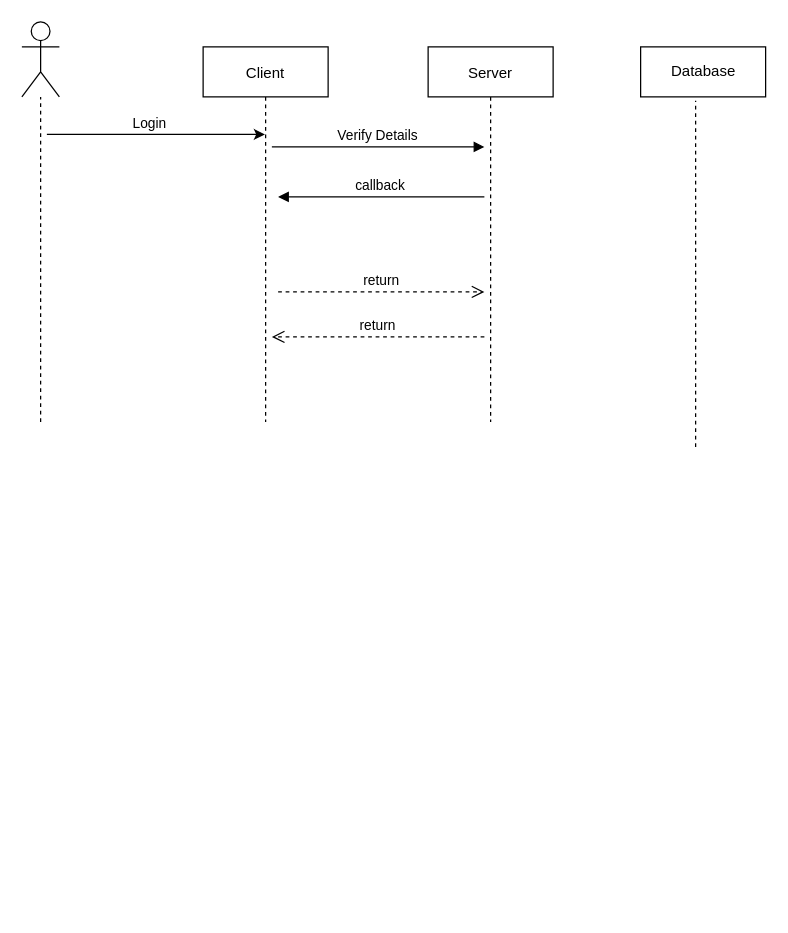
The draw.io diagram PSI_sequence_diagram.drawio in vortex200/tutor-finder-files, before the edit. Source tidied: cells renumbered, new cells numbered last; positions are measured from the earlier drawing's top-left corner, leaving out a move shared by most shapes. Both pictures are drawn from the tidied source at 125%, with x=0, y=0 at pixel (21, 21).
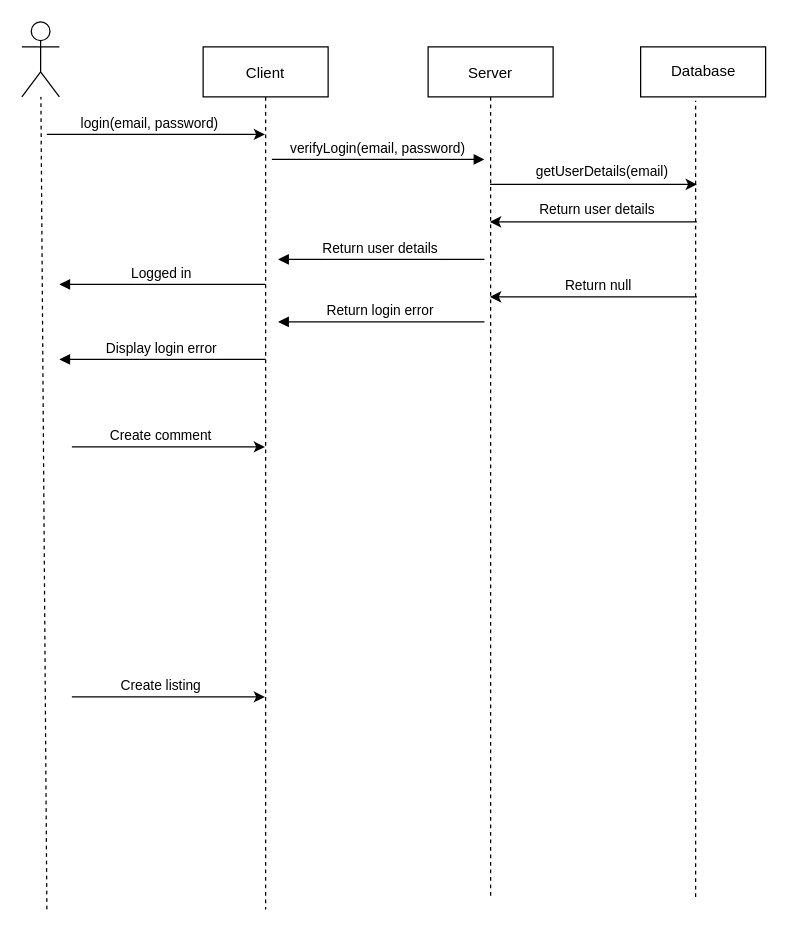
The same page after the edit.

Unchanged cells that the change refers to:
```xml
<mxCell id="8" value="Database" style="html=1;" parent="1" vertex="1">
  <mxGeometry x="495" y="20" width="100" height="40" as="geometry" />
</mxCell>
<mxCell id="9" style="shape=umlActor;verticalLabelPosition=bottom;verticalAlign=top;html=1;" parent="1" vertex="1">
  <mxGeometry width="30" height="60" as="geometry" />
</mxCell>
<mxCell id="12" style="endArrow=classic;html=1;" parent="1" edge="1" target="2">
  <mxGeometry relative="1" as="geometry">
    <mxPoint x="20" y="90" as="sourcePoint" />
  </mxGeometry>
</mxCell>
```

Diff of the diagram source:
```diff
@@
     <mxCell id="2" value="Client" style="shape=umlLifeline;perimeter=lifelinePerimeter;rounded=0;shadow=0;strokeWidth=1;" parent="1" vertex="1">
-      <mxGeometry x="145" y="20" width="100" height="300" as="geometry" />
+      <mxGeometry x="145" y="20" width="100" height="690" as="geometry" />
     </mxCell>
     <mxCell id="3" value="Server" style="shape=umlLifeline;perimeter=lifelinePerimeter;rounded=0;shadow=0;strokeWidth=1;" parent="1" vertex="1">
-      <mxGeometry x="325" y="20" width="100" height="300" as="geometry" />
+      <mxGeometry x="325" y="20" width="100" height="680" as="geometry" />
     </mxCell>
-    <mxCell id="4" value="return" style="verticalAlign=bottom;endArrow=open;dashed=1;endSize=8;exitX=0;exitY=0.95;shadow=0;strokeWidth=1;" parent="1" edge="1">
-      <mxGeometry relative="1" as="geometry">
-        <mxPoint x="370" y="252" as="sourcePoint" />
-        <mxPoint x="200" y="252" as="targetPoint" />
-      </mxGeometry>
-    </mxCell>
-    <mxCell id="5" value="Verify Details" style="verticalAlign=bottom;endArrow=block;entryX=0;entryY=0;shadow=0;strokeWidth=1;" parent="1" edge="1">
+    <mxCell id="5" value="verifyLogin(email, password)" style="verticalAlign=bottom;endArrow=block;entryX=0;entryY=0;shadow=0;strokeWidth=1;" parent="1" edge="1">
       <mxGeometry relative="1" as="geometry">
-        <mxPoint x="200" y="100" as="sourcePoint" />
-        <mxPoint x="370" y="100" as="targetPoint" />
+        <mxPoint x="200" y="110" as="sourcePoint" />
+        <mxPoint x="370" y="110" as="targetPoint" />
       </mxGeometry>
     </mxCell>
-    <mxCell id="6" value="callback" style="verticalAlign=bottom;endArrow=block;entryX=1;entryY=0;shadow=0;strokeWidth=1;" parent="1" edge="1">
+    <mxCell id="6" value="Return user details" style="verticalAlign=bottom;endArrow=block;entryX=1;entryY=0;shadow=0;strokeWidth=1;" parent="1" edge="1">
       <mxGeometry relative="1" as="geometry">
-        <mxPoint x="370" y="140" as="sourcePoint" />
-        <mxPoint x="205" y="140" as="targetPoint" />
+        <mxPoint x="370" y="190" as="sourcePoint" />
+        <mxPoint x="205" y="190" as="targetPoint" />
       </mxGeometry>
     </mxCell>
-    <mxCell id="7" value="return" style="verticalAlign=bottom;endArrow=open;dashed=1;endSize=8;exitX=1;exitY=0.95;shadow=0;strokeWidth=1;" parent="1" edge="1">
-      <mxGeometry relative="1" as="geometry">
-        <mxPoint x="205" y="216" as="sourcePoint" />
-        <mxPoint x="370" y="216" as="targetPoint" />
-      </mxGeometry>
-    </mxCell>
@@
     <mxCell id="10" style="endArrow=none;dashed=1;html=1;" parent="1" edge="1" target="9">
       <mxGeometry relative="1" as="geometry">
-        <mxPoint x="15" y="320" as="sourcePoint" />
+        <mxPoint x="20" y="710" as="sourcePoint" />
       </mxGeometry>
     </mxCell>
     <mxCell id="11" style="endArrow=none;dashed=1;html=1;entryX=0.44;entryY=1.075;entryDx=0;entryDy=0;entryPerimeter=0;" parent="1" edge="1" target="8">
       <mxGeometry relative="1" as="geometry">
-        <mxPoint x="539" y="340" as="sourcePoint" />
+        <mxPoint x="539" y="700" as="sourcePoint" />
       </mxGeometry>
     </mxCell>
@@
-    <mxCell id="13" value="Login" style="edgeLabel;html=1;align=center;verticalAlign=middle;" parent="12" vertex="1">
+    <mxCell id="13" value="login(email, password)" style="edgeLabel;html=1;align=center;verticalAlign=middle;" parent="12" vertex="1">
       <mxGeometry x="-0.07" y="-1" relative="1" as="geometry">
         <mxPoint y="-11" as="offset" />
       </mxGeometry>
     </mxCell>
+    <mxCell id="14" style="endArrow=classic;html=1;" parent="1" edge="1" source="3">
+      <mxGeometry relative="1" as="geometry">
+        <mxPoint x="540" y="130" as="targetPoint" />
+      </mxGeometry>
+    </mxCell>
+    <mxCell id="15" value="getUserDetails(email)" style="edgeLabel;html=1;align=center;verticalAlign=middle;" parent="14" vertex="1">
+      <mxGeometry x="0.07" y="2" relative="1" as="geometry">
+        <mxPoint y="-8.1" as="offset" />
+      </mxGeometry>
+    </mxCell>
+    <mxCell id="16" value="Return user details" style="endArrow=classic;html=1;" parent="1" edge="1" target="3">
+      <mxGeometry x="-0.03" y="-10" relative="1" as="geometry">
+        <mxPoint x="540" y="160" as="sourcePoint" />
+      </mxGeometry>
+    </mxCell>
+    <mxCell id="17" style="endArrow=classic;html=1;" parent="1" edge="1" target="3">
+      <mxGeometry relative="1" as="geometry">
+        <mxPoint x="540" y="220" as="sourcePoint" />
+      </mxGeometry>
+    </mxCell>
+    <mxCell id="18" value="Return null" style="edgeLabel;html=1;align=center;verticalAlign=middle;" parent="17" vertex="1">
+      <mxGeometry x="-0.18" y="-2" relative="1" as="geometry">
+        <mxPoint x="-12" y="-8" as="offset" />
+      </mxGeometry>
+    </mxCell>
+    <mxCell id="19" value="Return login error" style="verticalAlign=bottom;endArrow=block;entryX=1;entryY=0;shadow=0;strokeWidth=1;" parent="1" edge="1">
+      <mxGeometry relative="1" as="geometry">
+        <mxPoint x="370" y="240" as="sourcePoint" />
+        <mxPoint x="205" y="240" as="targetPoint" />
+      </mxGeometry>
+    </mxCell>
+    <mxCell id="20" value="Display login error" style="verticalAlign=bottom;endArrow=block;entryX=1;entryY=0;shadow=0;strokeWidth=1;" parent="1" edge="1">
+      <mxGeometry relative="1" as="geometry">
+        <mxPoint x="195" y="270" as="sourcePoint" />
+        <mxPoint x="30" y="270" as="targetPoint" />
+      </mxGeometry>
+    </mxCell>
+    <mxCell id="21" value="Logged in" style="verticalAlign=bottom;endArrow=block;entryX=1;entryY=0;shadow=0;strokeWidth=1;" parent="1" edge="1">
+      <mxGeometry relative="1" as="geometry">
+        <mxPoint x="195" y="210" as="sourcePoint" />
+        <mxPoint x="30" y="210" as="targetPoint" />
+      </mxGeometry>
+    </mxCell>
+    <mxCell id="22" style="endArrow=classic;html=1;" parent="1" edge="1" target="2">
+      <mxGeometry relative="1" as="geometry">
+        <mxPoint x="40" y="340" as="sourcePoint" />
+      </mxGeometry>
+    </mxCell>
+    <mxCell id="23" value="Create comment" style="edgeLabel;html=1;align=center;verticalAlign=middle;" parent="22" vertex="1">
+      <mxGeometry x="-0.29" y="-1" relative="1" as="geometry">
+        <mxPoint x="15" y="-11" as="offset" />
+      </mxGeometry>
+    </mxCell>
+    <mxCell id="24" style="endArrow=classic;html=1;" parent="1" edge="1" target="2">
+      <mxGeometry relative="1" as="geometry">
+        <mxPoint x="40" y="540" as="sourcePoint" />
+      </mxGeometry>
+    </mxCell>
+    <mxCell id="25" value="Create listing" style="edgeLabel;html=1;align=center;verticalAlign=middle;" parent="24" vertex="1">
+      <mxGeometry x="-0.29" y="-1" relative="1" as="geometry">
+        <mxPoint x="15" y="-11" as="offset" />
+      </mxGeometry>
+    </mxCell>
```
